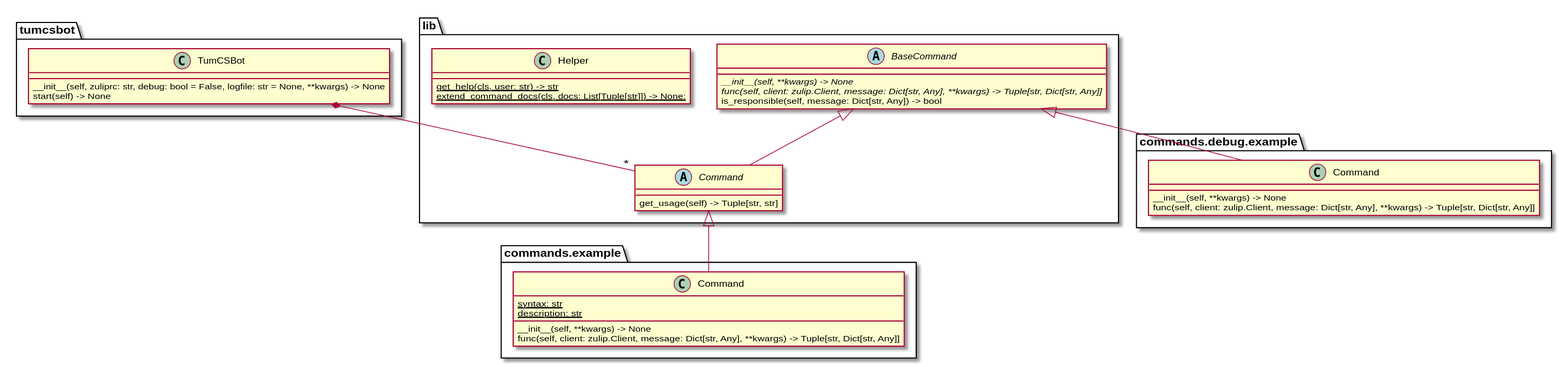
ro-i/tumcsbot keeps this PlantUML diagram as class_diagram.svg. Above is the earlier version.
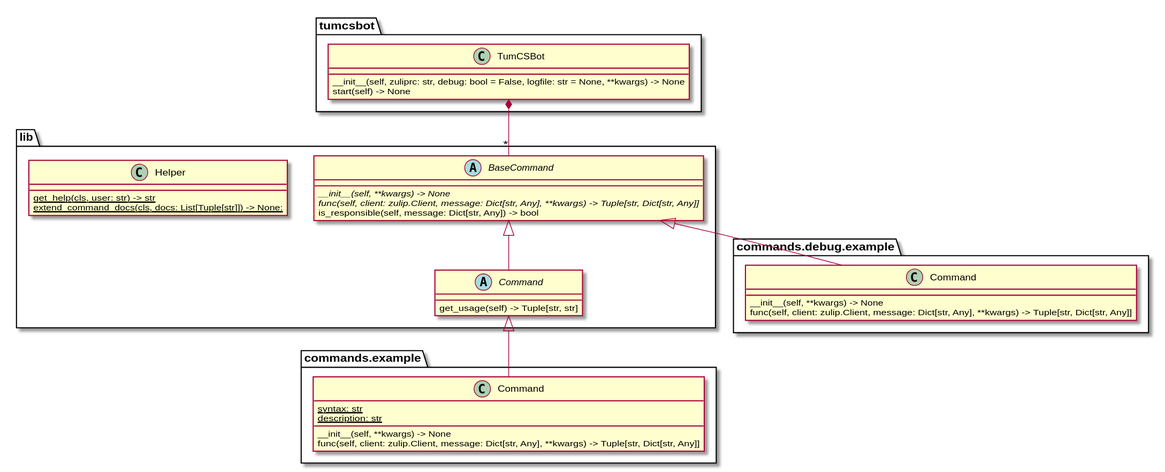
The same file after the commit.

Diff of the diagram source:
```diff
@@ -32,7 +32,7 @@
 {static} extend_command_docs(cls, docs: List[Tuple[str]]) -> None:
 }
 
-tumcsbot.TumCSBot *-- "*" lib.Command
+tumcsbot.TumCSBot *-- "*" lib.BaseCommand
 lib.BaseCommand <|-- lib.Command
 lib.Command <|--commands.example.Command
 lib.BaseCommand <|-- commands.debug.example.Command
```
